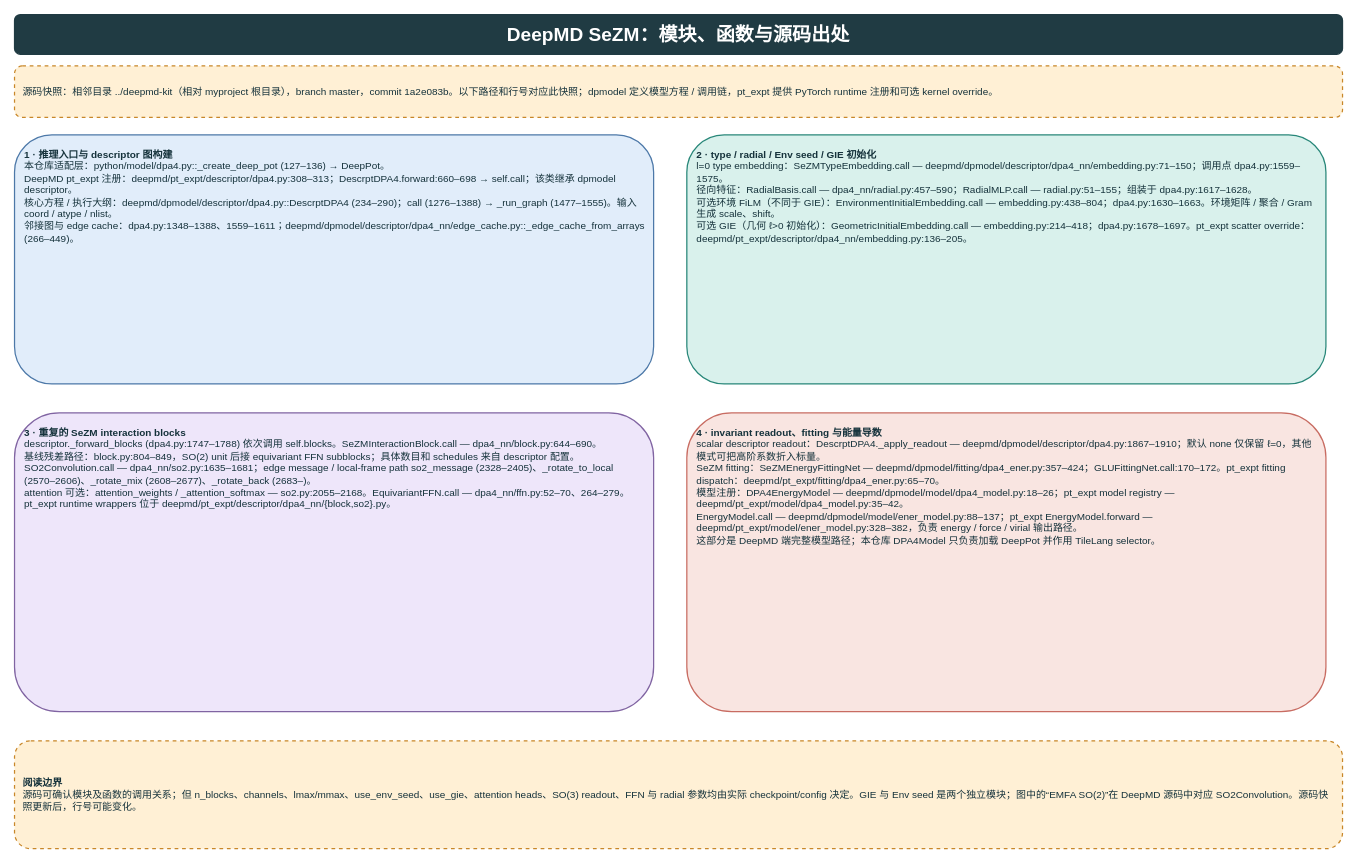
lipengfei1409/bysj keeps this draw.io diagram as page "DeepMD 源码出处" (4 of 4) of doc/dpa4-model-architecture.drawio. Above is the earlier version. Source tidied: cells renumbered, new cells numbered last; positions are measured from the earlier drawing's top-left corner, leaving out a move shared by most shapes. Both pictures are drawn from the tidied source at 83%, with x=0, y=0 at pixel (14, 14).
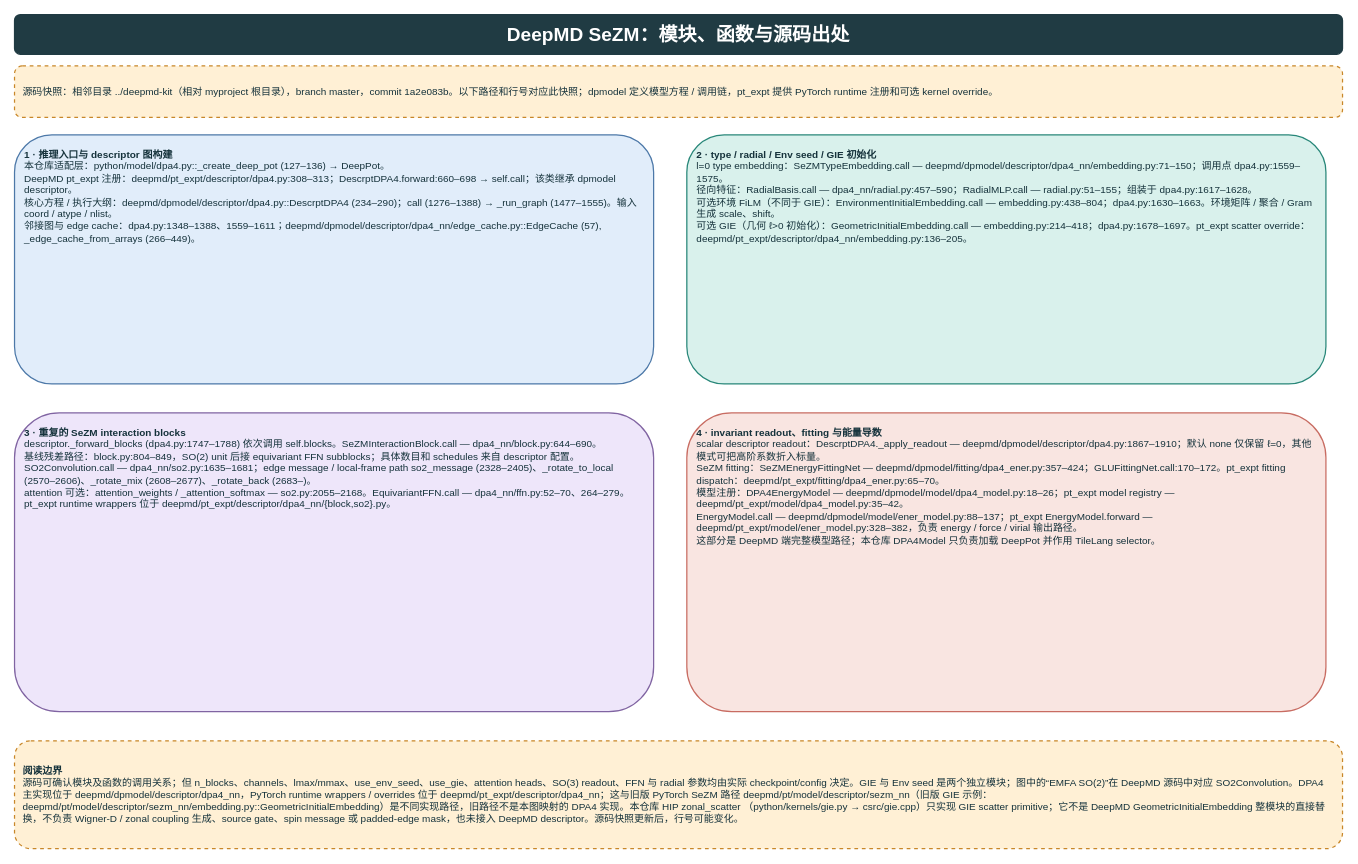
The same diagram, later.

Diff of the diagram source:
```diff
@@
 <mxGraphModel>
   <root>
     <mxCell id="0" />
     <mxCell id="1" parent="0" />
     <mxCell id="2" value="DeepMD SeZM：模块、函数与源码出处" style="rounded=1;whiteSpace=wrap;html=1;fillColor=#203B43;strokeColor=#203B43;fontColor=#FFFFFF;fontSize=23;align=center;verticalAlign=middle;spacing=8;fontStyle=1;strokeWidth=1.5;" parent="1" vertex="1">
       <mxGeometry width="1600" height="48" as="geometry" />
     </mxCell>
     <mxCell id="3" value="源码快照：相邻目录 ../deepmd-kit（相对 myproject 根目录），branch master，commit 1a2e083b。以下路径和行号对应此快照；dpmodel 定义模型方程 / 调用链，pt_expt 提供 PyTorch runtime 注册和可选 kernel override。" style="rounded=1;whiteSpace=wrap;html=1;fillColor=#FFF0D5;strokeColor=#C88729;fontColor=#15323B;fontSize=12;align=left;verticalAlign=middle;spacing=10;dashed=1;strokeWidth=1.5;" parent="1" vertex="1">
       <mxGeometry y="62" width="1600" height="62" as="geometry" />
     </mxCell>
-    <mxCell id="4" value="&lt;b&gt;1 · 推理入口与 descriptor 图构建&lt;/b&gt;&lt;br&gt;本仓库适配层：python/model/dpa4.py::_create_deep_pot (127–136) → DeepPot。&lt;br&gt;DeepMD pt_expt 注册：deepmd/pt_expt/descriptor/dpa4.py:308–313；DescrptDPA4.forward:660–698 → self.call；该类继承 dpmodel descriptor。&lt;br&gt;核心方程 / 执行大纲：deepmd/dpmodel/descriptor/dpa4.py::DescrptDPA4 (234–290)；call (1276–1388) → _run_graph (1477–1555)。输入 coord / atype / nlist。&lt;br&gt;邻接图与 edge cache：dpa4.py:1348–1388、1559–1611；deepmd/dpmodel/descriptor/dpa4_nn/edge_cache.py::_edge_cache_from_arrays (266–449)。" style="rounded=1;whiteSpace=wrap;html=1;fillColor=#E1EDFA;strokeColor=#4C78A8;fontColor=#15323B;fontSize=12;align=left;verticalAlign=top;spacing=12;strokeWidth=1.5;" parent="1" vertex="1">
+    <mxCell id="4" value="&lt;b&gt;1 · 推理入口与 descriptor 图构建&lt;/b&gt;&lt;br&gt;本仓库适配层：python/model/dpa4.py::_create_deep_pot (127–136) → DeepPot。&lt;br&gt;DeepMD pt_expt 注册：deepmd/pt_expt/descriptor/dpa4.py:308–313；DescrptDPA4.forward:660–698 → self.call；该类继承 dpmodel descriptor。&lt;br&gt;核心方程 / 执行大纲：deepmd/dpmodel/descriptor/dpa4.py::DescrptDPA4 (234–290)；call (1276–1388) → _run_graph (1477–1555)。输入 coord / atype / nlist。&lt;br&gt;邻接图与 edge cache：dpa4.py:1348–1388、1559–1611；deepmd/dpmodel/descriptor/dpa4_nn/edge_cache.py::EdgeCache (57), _edge_cache_from_arrays (266–449)。" style="rounded=1;whiteSpace=wrap;html=1;fillColor=#E1EDFA;strokeColor=#4C78A8;fontColor=#15323B;fontSize=12;align=left;verticalAlign=top;spacing=12;strokeWidth=1.5;" parent="1" vertex="1">
       <mxGeometry y="145" width="770" height="300" as="geometry" />
     </mxCell>
     <mxCell id="5" value="&lt;b&gt;2 · type / radial / Env seed / GIE 初始化&lt;/b&gt;&lt;br&gt;l=0 type embedding：SeZMTypeEmbedding.call — deepmd/dpmodel/descriptor/dpa4_nn/embedding.py:71–150；调用点 dpa4.py:1559–1575。&lt;br&gt;径向特征：RadialBasis.call — dpa4_nn/radial.py:457–590；RadialMLP.call — radial.py:51–155；组装于 dpa4.py:1617–1628。&lt;br&gt;可选环境 FiLM（不同于 GIE）：EnvironmentInitialEmbedding.call — embedding.py:438–804；dpa4.py:1630–1663。环境矩阵 / 聚合 / Gram 生成 scale、shift。&lt;br&gt;可选 GIE（几何 ℓ&gt;0 初始化）：GeometricInitialEmbedding.call — embedding.py:214–418；dpa4.py:1678–1697。pt_expt scatter override：deepmd/pt_expt/descriptor/dpa4_nn/embedding.py:136–205。" style="rounded=1;whiteSpace=wrap;html=1;fillColor=#D9F1EC;strokeColor=#288779;fontColor=#15323B;fontSize=12;align=left;verticalAlign=top;spacing=12;strokeWidth=1.5;" parent="1" vertex="1">
       <mxGeometry x="810" y="145" width="770" height="300" as="geometry" />
     </mxCell>
     <mxCell id="6" value="&lt;b&gt;3 · 重复的 SeZM interaction blocks&lt;/b&gt;&lt;br&gt;descriptor._forward_blocks (dpa4.py:1747–1788) 依次调用 self.blocks。SeZMInteractionBlock.call — dpa4_nn/block.py:644–690。&lt;br&gt;基线残差路径：block.py:804–849，SO(2) unit 后接 equivariant FFN subblocks；具体数目和 schedules 来自 descriptor 配置。&lt;br&gt;SO2Convolution.call — dpa4_nn/so2.py:1635–1681；edge message / local-frame path so2_message (2328–2405)、_rotate_to_local (2570–2606)、_rotate_mix (2608–2677)、_rotate_back (2683–)。&lt;br&gt;attention 可选：attention_weights / _attention_softmax — so2.py:2055–2168。EquivariantFFN.call — dpa4_nn/ffn.py:52–70、264–279。pt_expt runtime wrappers 位于 deepmd/pt_expt/descriptor/dpa4_nn/{block,so2}.py。" style="rounded=1;whiteSpace=wrap;html=1;fillColor=#EEE6FA;strokeColor=#8064A2;fontColor=#15323B;fontSize=12;align=left;verticalAlign=top;spacing=12;strokeWidth=1.5;" parent="1" vertex="1">
       <mxGeometry y="480" width="770" height="360" as="geometry" />
     </mxCell>
     <mxCell id="7" value="&lt;b&gt;4 · invariant readout、fitting 与能量导数&lt;/b&gt;&lt;br&gt;scalar descriptor readout：DescrptDPA4._apply_readout — deepmd/dpmodel/descriptor/dpa4.py:1867–1910；默认 none 仅保留 ℓ=0，其他模式可把高阶系数折入标量。&lt;br&gt;SeZM fitting：SeZMEnergyFittingNet — deepmd/dpmodel/fitting/dpa4_ener.py:357–424；GLUFittingNet.call:170–172。pt_expt fitting dispatch：deepmd/pt_expt/fitting/dpa4_ener.py:65–70。&lt;br&gt;模型注册：DPA4EnergyModel — deepmd/dpmodel/model/dpa4_model.py:18–26；pt_expt model registry — deepmd/pt_expt/model/dpa4_model.py:35–42。&lt;br&gt;EnergyModel.call — deepmd/dpmodel/model/ener_model.py:88–137；pt_expt EnergyModel.forward — deepmd/pt_expt/model/ener_model.py:328–382，负责 energy / force / virial 输出路径。&lt;br&gt;这部分是 DeepMD 端完整模型路径；本仓库 DPA4Model 只负责加载 DeepPot 并作用 TileLang selector。" style="rounded=1;whiteSpace=wrap;html=1;fillColor=#F9E5E1;strokeColor=#C86C62;fontColor=#15323B;fontSize=12;align=left;verticalAlign=top;spacing=12;strokeWidth=1.5;" parent="1" vertex="1">
       <mxGeometry x="810" y="480" width="770" height="360" as="geometry" />
     </mxCell>
-    <mxCell id="8" value="&lt;b&gt;阅读边界&lt;/b&gt;&lt;br&gt;源码可确认模块及函数的调用关系；但 n_blocks、channels、lmax/mmax、use_env_seed、use_gie、attention heads、SO(3) readout、FFN 与 radial 参数均由实际 checkpoint/config 决定。GIE 与 Env seed 是两个独立模块；图中的“EMFA SO(2)”在 DeepMD 源码中对应 SO2Convolution。源码快照更新后，行号可能变化。" style="rounded=1;whiteSpace=wrap;html=1;fillColor=#FFF0D5;strokeColor=#C88729;fontColor=#15323B;fontSize=12;align=left;verticalAlign=middle;spacing=10;dashed=1;strokeWidth=1.5;" parent="1" vertex="1">
+    <mxCell id="8" value="&lt;b&gt;阅读边界&lt;/b&gt;&lt;br&gt;源码可确认模块及函数的调用关系；但 n_blocks、channels、lmax/mmax、use_env_seed、use_gie、attention heads、SO(3) readout、FFN 与 radial 参数均由实际 checkpoint/config 决定。GIE 与 Env seed 是两个独立模块；图中的“EMFA SO(2)”在 DeepMD 源码中对应 SO2Convolution。DPA4 主实现位于 deepmd/dpmodel/descriptor/dpa4_nn，PyTorch runtime wrappers / overrides 位于 deepmd/pt_expt/descriptor/dpa4_nn；这与旧版 PyTorch SeZM 路径 deepmd/pt/model/descriptor/sezm_nn（旧版 GIE 示例：deepmd/pt/model/descriptor/sezm_nn/embedding.py::GeometricInitialEmbedding）是不同实现路径，旧路径不是本图映射的 DPA4 实现。本仓库 HIP zonal_scatter （python/kernels/gie.py → csrc/gie.cpp）只实现 GIE scatter primitive；它不是 DeepMD GeometricInitialEmbedding 整模块的直接替换，不负责 Wigner-D / zonal coupling 生成、source gate、spin message 或 padded-edge mask，也未接入 DeepMD descriptor。源码快照更新后，行号可能变化。" style="rounded=1;whiteSpace=wrap;html=1;fillColor=#FFF0D5;strokeColor=#C88729;fontColor=#15323B;fontSize=12;align=left;verticalAlign=middle;spacing=10;dashed=1;strokeWidth=1.5;" parent="1" vertex="1">
       <mxGeometry y="875" width="1600" height="130" as="geometry" />
     </mxCell>
   </root>
 </mxGraphModel>
```
